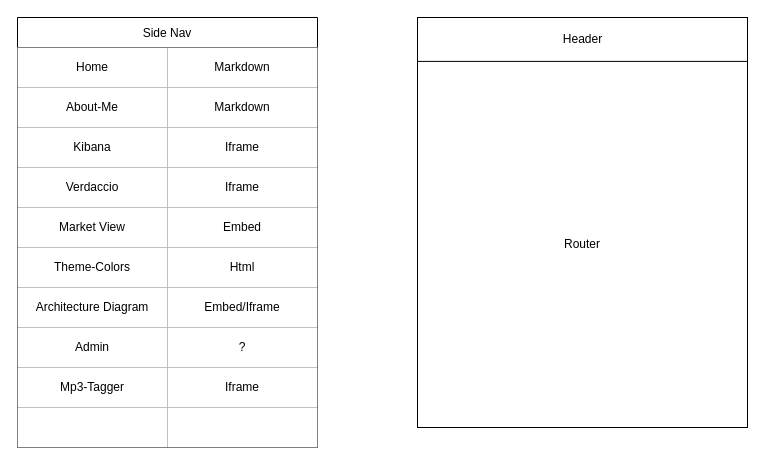
Before: page "Dashboard" (3 of 3) of Architecture.drawio in moondc/architecture-diagram, a draw.io diagram. Source tidied: cells renumbered, new cells numbered last; positions are measured from the earlier drawing's top-left corner, leaving out a move shared by most shapes. Both pictures are drawn from the tidied source at 100%, with x=0, y=0 at pixel (17, 17).
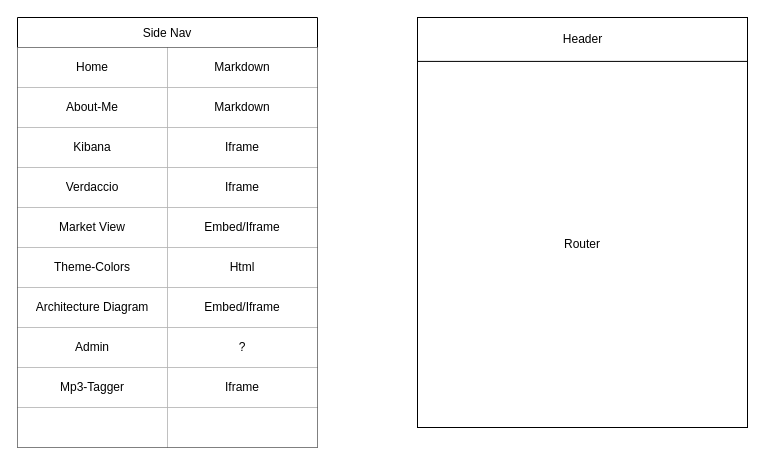
The same diagram, later.

Commit message:
missed one

The change refers to these unchanged cells:
```xml
<mxCell id="15" style="shape=tableRow;horizontal=0;startSize=0;swimlaneHead=0;swimlaneBody=0;strokeColor=inherit;top=0;left=0;bottom=0;right=0;fillColor=none;" parent="2" vertex="1">
  <mxGeometry y="190" width="300" height="40" as="geometry" />
</mxCell>
```

The edit, as a diff of the source:
```diff
@@
-    <mxCell id="17" value="Embed" style="shape=partialRectangle;html=1;whiteSpace=wrap;overflow=hidden;top=0;left=0;bottom=0;right=0;" parent="15" vertex="1">
+    <mxCell id="17" value="Embed/Iframe" style="shape=partialRectangle;html=1;whiteSpace=wrap;overflow=hidden;top=0;left=0;bottom=0;right=0;" parent="15" vertex="1">
       <mxGeometry x="150" width="150" height="40" as="geometry" />
     </mxCell>
```
